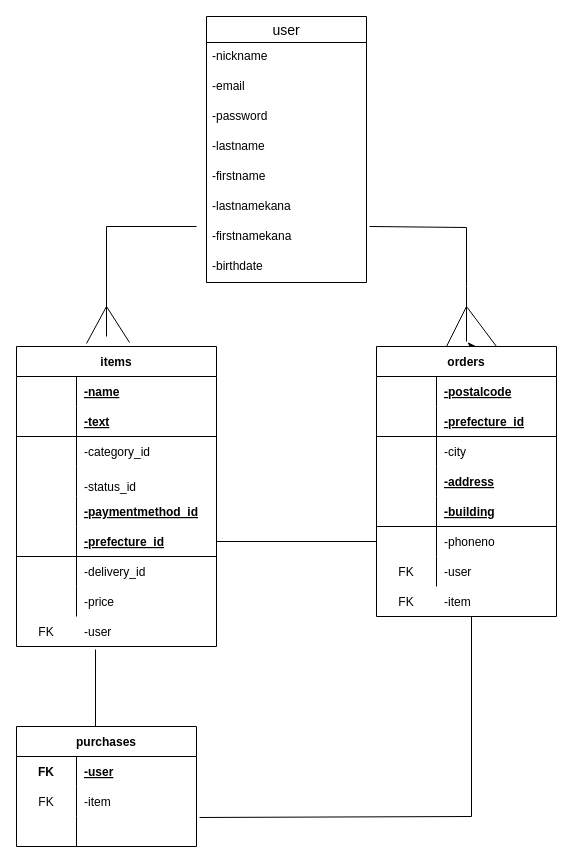
Earlier version of the draw.io diagram page "ページ1" (1 of 2) of test.dio (Ellmoe1/furima0-30995). Source tidied: cells renumbered, new cells numbered last; positions are measured from the earlier drawing's top-left corner, leaving out a move shared by most shapes. Both pictures are drawn from the tidied source at 100%, with x=0, y=0 at pixel (16, 16).
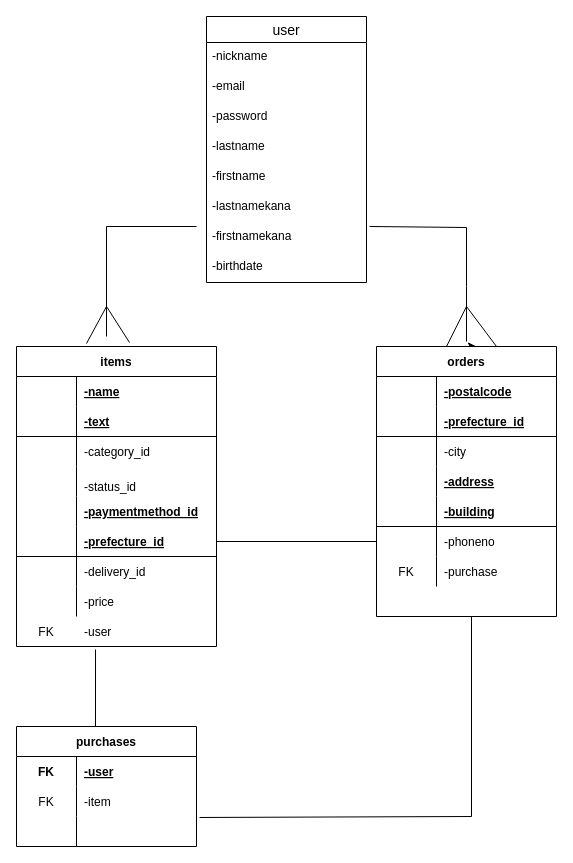
After the change.

Unchanged cells that the change refers to:
```xml
<mxCell id="79" style="shape=partialRectangle;fillColor=none;top=0;left=0;bottom=0;right=0;" parent="60" vertex="1">
  <mxGeometry y="210" width="180" height="30" as="geometry" />
</mxCell>
```

Diff of the diagram source:
```diff
@@
-    <mxCell id="81" value="-user" style="shape=partialRectangle;fillColor=none;top=0;left=0;bottom=0;right=0;align=left;spacingLeft=6;overflow=hidden;" parent="79" vertex="1">
+    <mxCell id="81" value="-purchase" style="shape=partialRectangle;fillColor=none;top=0;left=0;bottom=0;right=0;align=left;spacingLeft=6;overflow=hidden;" parent="79" vertex="1">
       <mxGeometry x="60" width="120" height="30" as="geometry" />
     </mxCell>
-    <mxCell id="82" value="-item" style="shape=partialRectangle;fillColor=none;top=0;left=0;bottom=0;right=0;align=left;spacingLeft=6;overflow=hidden;" parent="1" vertex="1">
-      <mxGeometry x="420" y="570" width="120" height="30" as="geometry" />
-    </mxCell>
-    <mxCell id="83" value="FK" style="shape=partialRectangle;fillColor=none;top=0;left=0;bottom=0;right=0;overflow=hidden;" parent="1" vertex="1">
-      <mxGeometry x="360" y="570" width="60" height="30" as="geometry" />
-    </mxCell>
```
